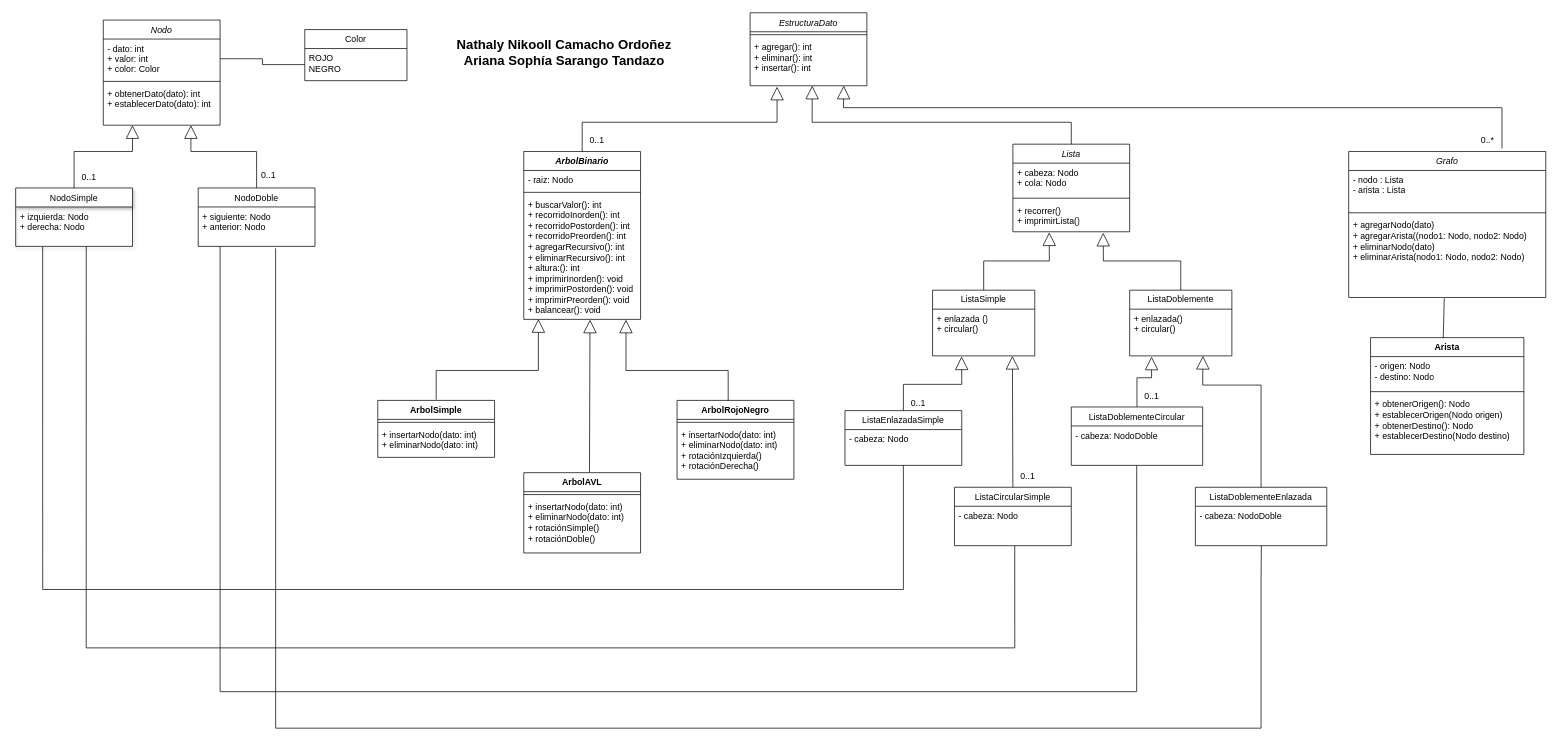
The draw.io diagram ArbolBinario.drawio in ArianaSarango/ArbolBinario, before the edit. Source tidied: cells renumbered, new cells numbered last; positions are measured from the earlier drawing's top-left corner, leaving out a move shared by most shapes. Both pictures are drawn from the tidied source at 73%, with x=0, y=0 at pixel (15, 12).
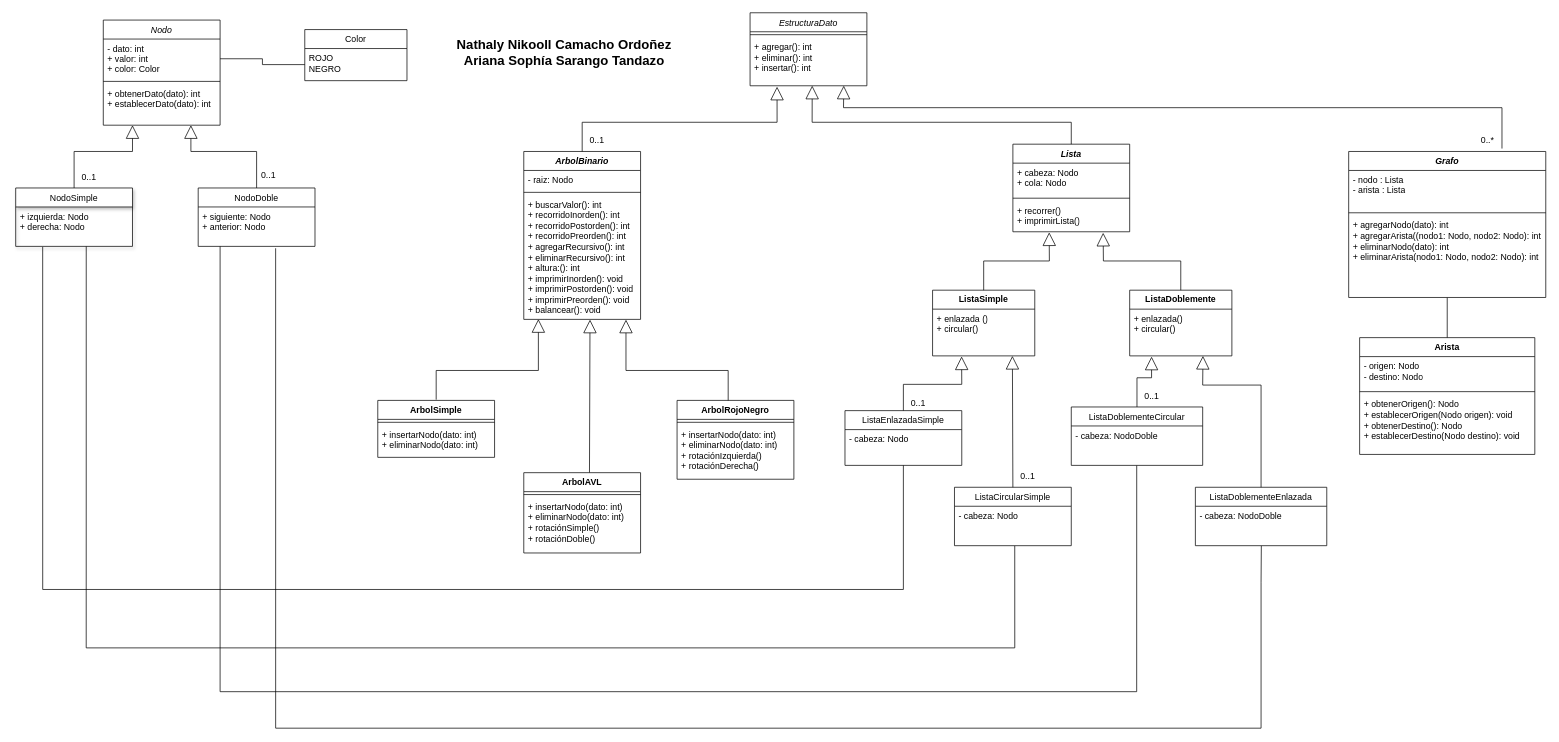
The same diagram, later.

What changed in the source:
```diff
@@
-    <mxCell id="28" value="&lt;span style=&quot;font-weight: normal;&quot;&gt;&lt;i&gt;Lista&lt;/i&gt;&lt;/span&gt;" style="swimlane;fontStyle=1;align=center;verticalAlign=top;horizontal=1;startSize=26;whiteSpace=wrap;html=1;" parent="1" vertex="1">
+    <mxCell id="28" value="&lt;i style=&quot;&quot;&gt;Lista&lt;/i&gt;" style="swimlane;fontStyle=1;align=center;verticalAlign=top;horizontal=1;startSize=26;whiteSpace=wrap;html=1;" parent="1" vertex="1">
       <mxGeometry x="1366" y="180" width="160" height="120" as="geometry" />
     </mxCell>
@@
-    <mxCell id="38" value="&lt;div&gt;ListaSimple&lt;/div&gt;" style="swimlane;fontStyle=0;horizontal=1;startSize=26;fillColor=none;whiteSpace=wrap;html=1;" parent="1" vertex="1">
+    <mxCell id="38" value="&lt;div&gt;&lt;b&gt;ListaSimple&lt;/b&gt;&lt;/div&gt;" style="swimlane;fontStyle=0;horizontal=1;startSize=26;fillColor=none;whiteSpace=wrap;html=1;" parent="1" vertex="1">
       <mxGeometry x="1256" y="380" width="140" height="90" as="geometry" />
     </mxCell>
@@
-    <mxCell id="40" value="ListaDoblemente" style="swimlane;fontStyle=0;horizontal=1;startSize=26;fillColor=none;whiteSpace=wrap;html=1;" parent="1" vertex="1">
+    <mxCell id="40" value="&lt;b&gt;ListaDoblemente&lt;/b&gt;" style="swimlane;fontStyle=0;horizontal=1;startSize=26;fillColor=none;whiteSpace=wrap;html=1;" parent="1" vertex="1">
       <mxGeometry x="1526" y="380" width="140" height="90" as="geometry" />
     </mxCell>
@@
-    <mxCell id="64" value="&lt;span style=&quot;font-weight: normal;&quot;&gt;&lt;i&gt;Grafo&lt;/i&gt;&lt;/span&gt;" style="swimlane;fontStyle=1;align=center;verticalAlign=top;horizontal=1;startSize=26;whiteSpace=wrap;html=1;" parent="1" vertex="1">
+    <mxCell id="64" value="&lt;i style=&quot;&quot;&gt;Grafo&lt;/i&gt;" style="swimlane;fontStyle=1;align=center;verticalAlign=top;horizontal=1;startSize=26;whiteSpace=wrap;html=1;" parent="1" vertex="1">
       <mxGeometry x="1826" y="190" width="270" height="200" as="geometry" />
     </mxCell>
@@
-    <mxCell id="67" value="+ agregarNodo(dato)&lt;div&gt;+ agregarArista((nodo1: Nodo, nodo2: Nodo)&lt;/div&gt;&lt;div&gt;+ eliminarNodo(dato)&lt;/div&gt;&lt;div&gt;+ eliminarArista(nodo1: Nodo, nodo2: Nodo)&lt;/div&gt;" style="text;strokeColor=none;fillColor=none;align=left;verticalAlign=top;spacingLeft=4;spacingRight=4;overflow=hidden;points=[[0,0.5],[1,0.5]];portConstraint=eastwest;whiteSpace=wrap;html=1;" parent="64" vertex="1">
+    <mxCell id="67" value="+ agregarNodo(dato): int&lt;div&gt;+ agregarArista((nodo1: Nodo, nodo2: Nodo): int&lt;/div&gt;&lt;div&gt;+ eliminarNodo(dato): int&lt;/div&gt;&lt;div&gt;+ eliminarArista(nodo1: Nodo, nodo2: Nodo): int&lt;/div&gt;" style="text;strokeColor=none;fillColor=none;align=left;verticalAlign=top;spacingLeft=4;spacingRight=4;overflow=hidden;points=[[0,0.5],[1,0.5]];portConstraint=eastwest;whiteSpace=wrap;html=1;" parent="64" vertex="1">
       <mxGeometry y="88" width="270" height="112" as="geometry" />
     </mxCell>
@@
     <mxCell id="75" value="Arista" style="swimlane;fontStyle=1;align=center;verticalAlign=top;horizontal=1;startSize=26;whiteSpace=wrap;html=1;" parent="1" vertex="1">
-      <mxGeometry x="1856" y="445" width="210" height="160" as="geometry" />
+      <mxGeometry x="1841" y="445" width="240" height="160" as="geometry" />
     </mxCell>
     <mxCell id="76" value="- origen: Nodo &lt;br&gt;- destino: Nodo " style="text;strokeColor=none;fillColor=none;align=left;verticalAlign=top;spacingLeft=4;spacingRight=4;overflow=hidden;whiteSpace=wrap;html=1;" parent="75" vertex="1">
-      <mxGeometry y="26" width="210" height="44" as="geometry" />
+      <mxGeometry y="26" width="240" height="44" as="geometry" />
     </mxCell>
     <mxCell id="77" style="line;strokeWidth=1;fillColor=none;align=left;verticalAlign=middle;spacingTop=-1;spacingLeft=3;spacingRight=3;labelPosition=right;strokeColor=inherit;" parent="75" vertex="1">
-      <mxGeometry y="70" width="210" height="8" as="geometry" />
+      <mxGeometry y="70" width="240" height="8" as="geometry" />
     </mxCell>
-    <mxCell id="78" value="+ obtenerOrigen(): Nodo&amp;nbsp;&amp;nbsp;&amp;nbsp;&amp;nbsp;&amp;nbsp; &amp;nbsp;&lt;br&gt;+ establecerOrigen(Nodo origen)&lt;br&gt;+ obtenerDestino(): Nodo &amp;nbsp;&lt;br&gt;+ establecerDestino(Nodo destino)" style="text;strokeColor=none;fillColor=none;align=left;verticalAlign=top;spacingLeft=4;spacingRight=4;overflow=hidden;whiteSpace=wrap;html=1;" parent="75" vertex="1">
-      <mxGeometry y="78" width="210" height="82" as="geometry" />
+    <mxCell id="78" value="+ obtenerOrigen(): Nodo&amp;nbsp;&amp;nbsp;&amp;nbsp;&amp;nbsp;&amp;nbsp; &amp;nbsp;&lt;br&gt;+ establecerOrigen(Nodo origen): void&lt;br&gt;+ obtenerDestino(): Nodo &amp;nbsp;&lt;br&gt;+ establecerDestino(Nodo destino): void" style="text;strokeColor=none;fillColor=none;align=left;verticalAlign=top;spacingLeft=4;spacingRight=4;overflow=hidden;whiteSpace=wrap;html=1;" parent="75" vertex="1">
+      <mxGeometry y="78" width="240" height="82" as="geometry" />
     </mxCell>
-    <mxCell id="79" style="endArrow=none;html=1;rounded=0;exitX=0.485;exitY=1.01;exitDx=0;exitDy=0;exitPerimeter=0;entryX=0.474;entryY=0.005;entryDx=0;entryDy=0;entryPerimeter=0;" parent="1" edge="1" source="67" target="75">
+    <mxCell id="79" style="endArrow=none;html=1;rounded=0;entryX=0.5;entryY=0;entryDx=0;entryDy=0;exitX=0.5;exitY=1.003;exitDx=0;exitDy=0;exitPerimeter=0;" parent="1" edge="1" source="67" target="75">
       <mxGeometry relative="1" as="geometry" />
     </mxCell>
```
